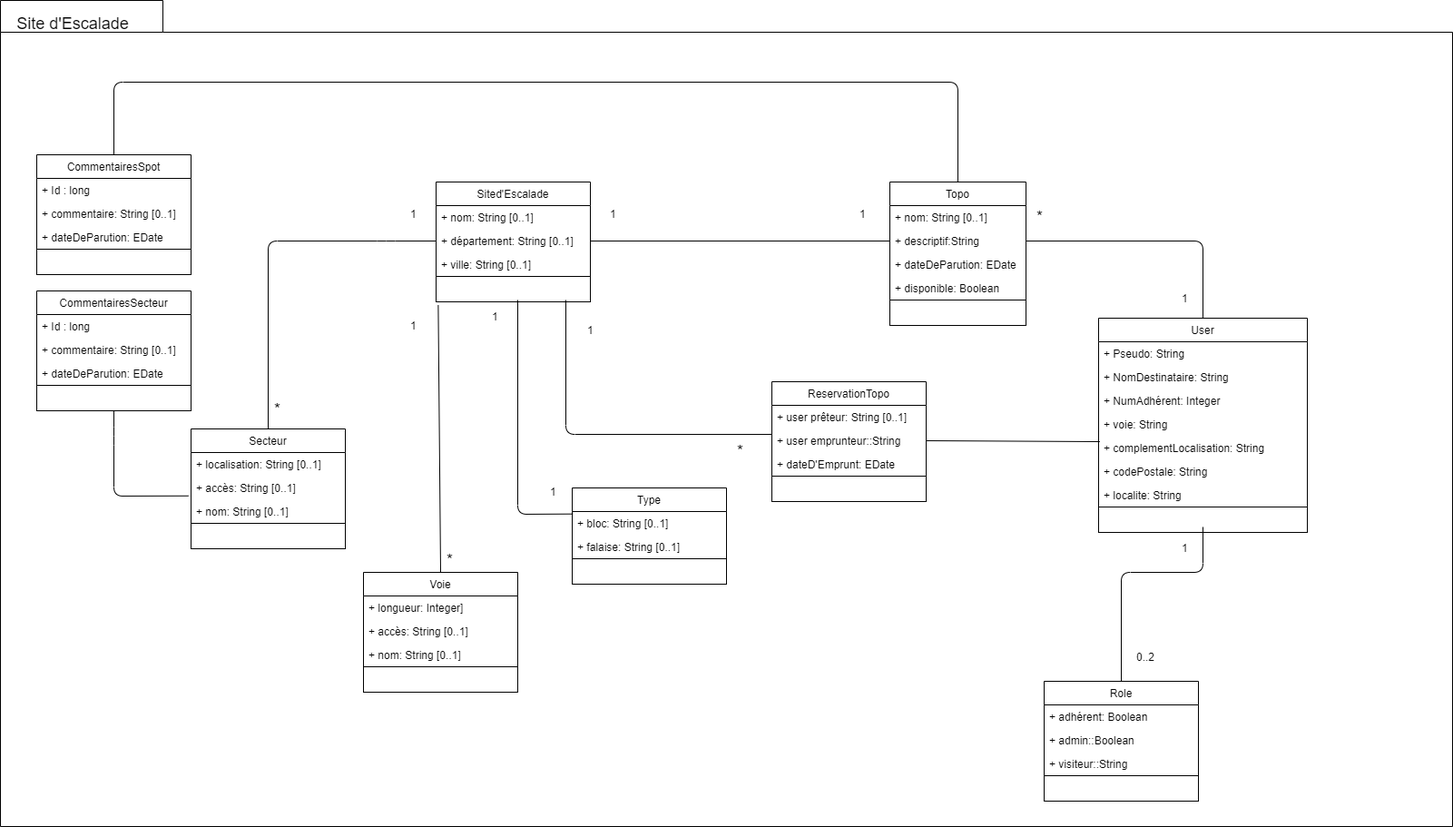
The draw.io diagram Diagramme de classe projet 6.png in touil2019/projet6, before a commit. Source tidied: cells renumbered, new cells last; positions are measured from the earlier drawing's top-left corner, leaving out a move shared by most shapes.
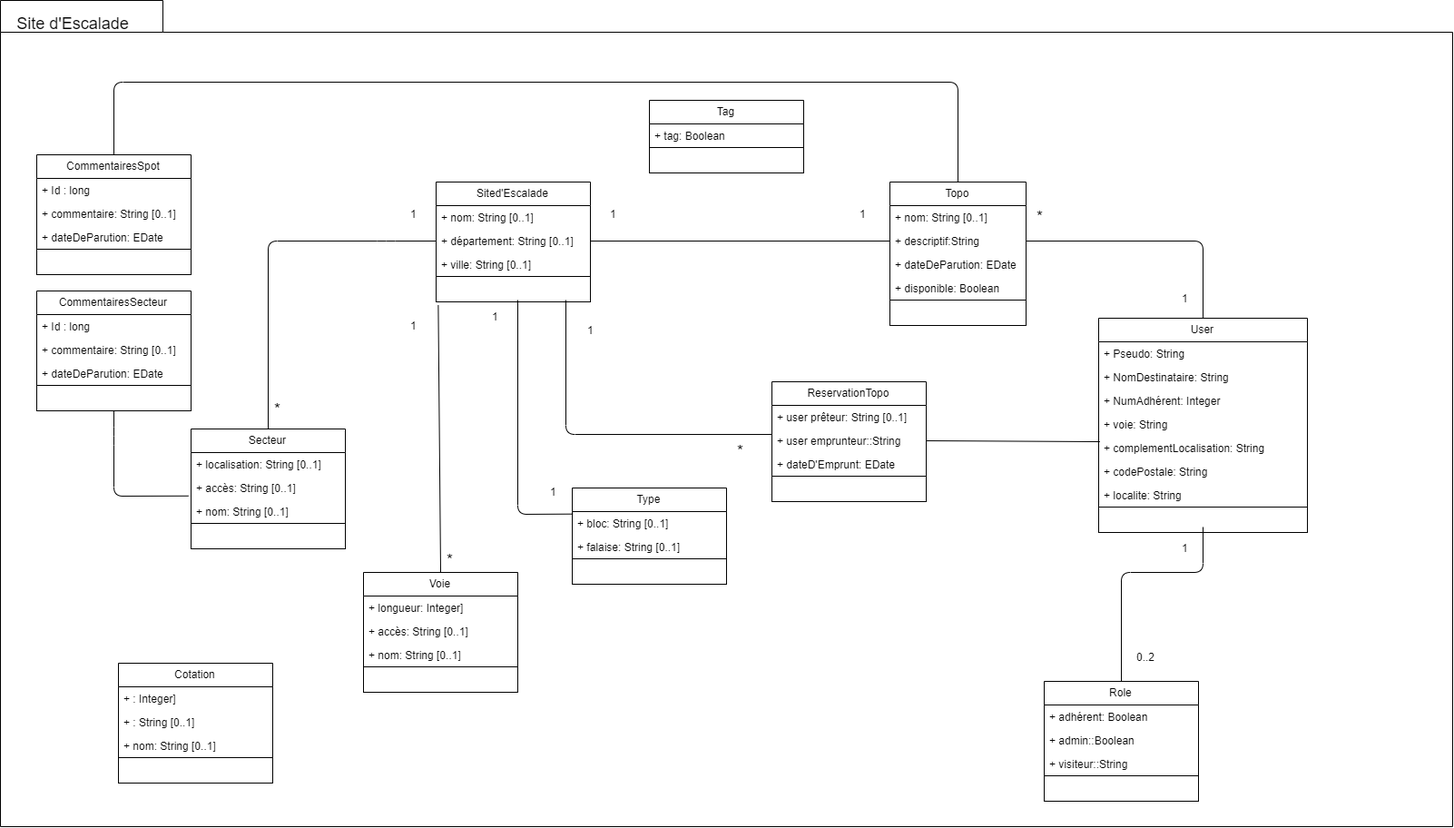
The same file after the commit.

What changed in the source:
```diff
@@ -2,7 +2,7 @@
   <root>
     <mxCell id="0" />
     <mxCell id="1" parent="0" />
-    <mxCell id="2" style="shape=folder;fontStyle=1;spacingTop=10;tabWidth=179;tabHeight=35;tabPosition=left;html=1;" parent="1" vertex="1">
+    <mxCell id="2" value="&lt;span style=&quot;color: rgba(0 , 0 , 0 , 0) ; font-family: monospace ; font-size: 0px ; font-weight: 400&quot;&gt;%3CmxGraphModel%3E%3Croot%3E%3CmxCell%20id%3D%220%22%2F%3E%3CmxCell%20id%3D%221%22%20parent%3D%220%22%2F%3E%3CmxCell%20id%3D%222%22%20value%3D%22Voie%22%20style%3D%22swimlane%3BfontStyle%3D0%3BchildLayout%3DstackLayout%3Bhorizontal%3D1%3BstartSize%3D26%3BfillColor%3Dnone%3BhorizontalStack%3D0%3BresizeParent%3D1%3BresizeParentMax%3D0%3BresizeLast%3D0%3Bcollapsible%3D1%3BmarginBottom%3D0%3B%22%20vertex%3D%221%22%20parent%3D%221%22%3E%3CmxGeometry%20x%3D%22-210%22%20y%3D%22220%22%20width%3D%22170%22%20height%3D%22132%22%20as%3D%22geometry%22%2F%3E%3C%2FmxCell%3E%3CmxCell%20id%3D%223%22%20value%3D%22%2B%20longueur%3A%20Integer%5D%22%20style%3D%22text%3BstrokeColor%3Dnone%3BfillColor%3Dnone%3Balign%3Dleft%3BverticalAlign%3Dtop%3BspacingLeft%3D4%3BspacingRight%3D4%3Boverflow%3Dhidden%3Brotatable%3D0%3Bpoints%3D%5B%5B0%2C0.5%5D%2C%5B1%2C0.5%5D%5D%3BportConstraint%3Deastwest%3B%22%20vertex%3D%221%22%20parent%3D%222%22%3E%3CmxGeometry%20y%3D%2226%22%20width%3D%22170%22%20height%3D%2226%22%20as%3D%22geometry%22%2F%3E%3C%2FmxCell%3E%3CmxCell%20id%3D%224%22%20value%3D%22%2B%20acc%C3%A8s%3A%20String%20%5B0..1%5D%22%20style%3D%22text%3BstrokeColor%3Dnone%3BfillColor%3Dnone%3Balign%3Dleft%3BverticalAlign%3Dtop%3BspacingLeft%3D4%3BspacingRight%3D4%3Boverflow%3Dhidden%3Brotatable%3D0%3Bpoints%3D%5B%5B0%2C0.5%5D%2C%5B1%2C0.5%5D%5D%3BportConstraint%3Deastwest%3B%22%20vertex%3D%221%22%20parent%3D%222%22%3E%3CmxGeometry%20y%3D%2252%22%20width%3D%22170%22%20height%3D%2226%22%20as%3D%22geometry%22%2F%3E%3C%2FmxCell%3E%3CmxCell%20id%3D%225%22%20value%3D%22%2B%20nom%3A%20String%20%5B0..1%5D%22%20style%3D%22text%3BstrokeColor%3Dnone%3BfillColor%3Dnone%3Balign%3Dleft%3BverticalAlign%3Dtop%3BspacingLeft%3D4%3BspacingRight%3D4%3Boverflow%3Dhidden%3Brotatable%3D0%3Bpoints%3D%5B%5B0%2C0.5%5D%2C%5B1%2C0.5%5D%5D%3BportConstraint%3Deastwest%3B%22%20vertex%3D%221%22%20parent%3D%222%22%3E%3CmxGeometry%20y%3D%2278%22%20width%3D%22170%22%20height%3D%2226%22%20as%3D%22geometry%22%2F%3E%3C%2FmxCell%3E%3CmxCell%20id%3D%226%22%20value%3D%22%22%20style%3D%22rounded%3D0%3BwhiteSpace%3Dwrap%3Bhtml%3D1%3B%22%20vertex%3D%221%22%20parent%3D%222%22%3E%3CmxGeometry%20y%3D%22104%22%20width%3D%22170%22%20height%3D%2228%22%20as%3D%22geometry%22%2F%3E%3C%2FmxCell%3E%3C%2Froot%3E%3C%2FmxGraphModel%3E&lt;/span&gt;" style="shape=folder;fontStyle=1;spacingTop=10;tabWidth=179;tabHeight=35;tabPosition=left;html=1;" parent="1" vertex="1">
       <mxGeometry width="1600" height="910" as="geometry" />
     </mxCell>
     <mxCell id="3" value="Topo" style="swimlane;fontStyle=0;horizontal=1;startSize=26;fillColor=none;" parent="1" vertex="1">
@@ -277,5 +277,29 @@
     <mxCell id="81" style="rounded=0;whiteSpace=wrap;html=1;" parent="77" vertex="1">
       <mxGeometry y="104" width="170" height="28" as="geometry" />
     </mxCell>
+    <mxCell id="82" value="Cotation" style="swimlane;fontStyle=0;horizontal=1;startSize=26;fillColor=none;" parent="1" vertex="1">
+      <mxGeometry x="130" y="730" width="170" height="132" as="geometry" />
+    </mxCell>
+    <mxCell id="83" value="+ : Integer]" style="text;strokeColor=none;fillColor=none;align=left;verticalAlign=top;spacingLeft=4;spacingRight=4;overflow=hidden;" parent="82" vertex="1">
+      <mxGeometry y="26" width="170" height="26" as="geometry" />
+    </mxCell>
+    <mxCell id="84" value="+ : String [0..1]" style="text;strokeColor=none;fillColor=none;align=left;verticalAlign=top;spacingLeft=4;spacingRight=4;overflow=hidden;" parent="82" vertex="1">
+      <mxGeometry y="52" width="170" height="26" as="geometry" />
+    </mxCell>
+    <mxCell id="85" value="+ nom: String [0..1]" style="text;strokeColor=none;fillColor=none;align=left;verticalAlign=top;spacingLeft=4;spacingRight=4;overflow=hidden;" parent="82" vertex="1">
+      <mxGeometry y="78" width="170" height="26" as="geometry" />
+    </mxCell>
+    <mxCell id="86" style="rounded=0;whiteSpace=wrap;html=1;" parent="82" vertex="1">
+      <mxGeometry y="104" width="170" height="28" as="geometry" />
+    </mxCell>
+    <mxCell id="87" value="Tag" style="swimlane;fontStyle=0;horizontal=1;startSize=26;fillColor=none;" parent="1" vertex="1">
+      <mxGeometry x="715" y="110" width="170" height="80" as="geometry" />
+    </mxCell>
+    <mxCell id="88" value="+ tag: Boolean" style="text;strokeColor=none;fillColor=none;align=left;verticalAlign=top;spacingLeft=4;spacingRight=4;overflow=hidden;" parent="87" vertex="1">
+      <mxGeometry y="26" width="170" height="26" as="geometry" />
+    </mxCell>
+    <mxCell id="89" style="rounded=0;whiteSpace=wrap;html=1;" parent="87" vertex="1">
+      <mxGeometry y="52" width="170" height="28" as="geometry" />
+    </mxCell>
   </root>
 </mxGraphModel>
```
